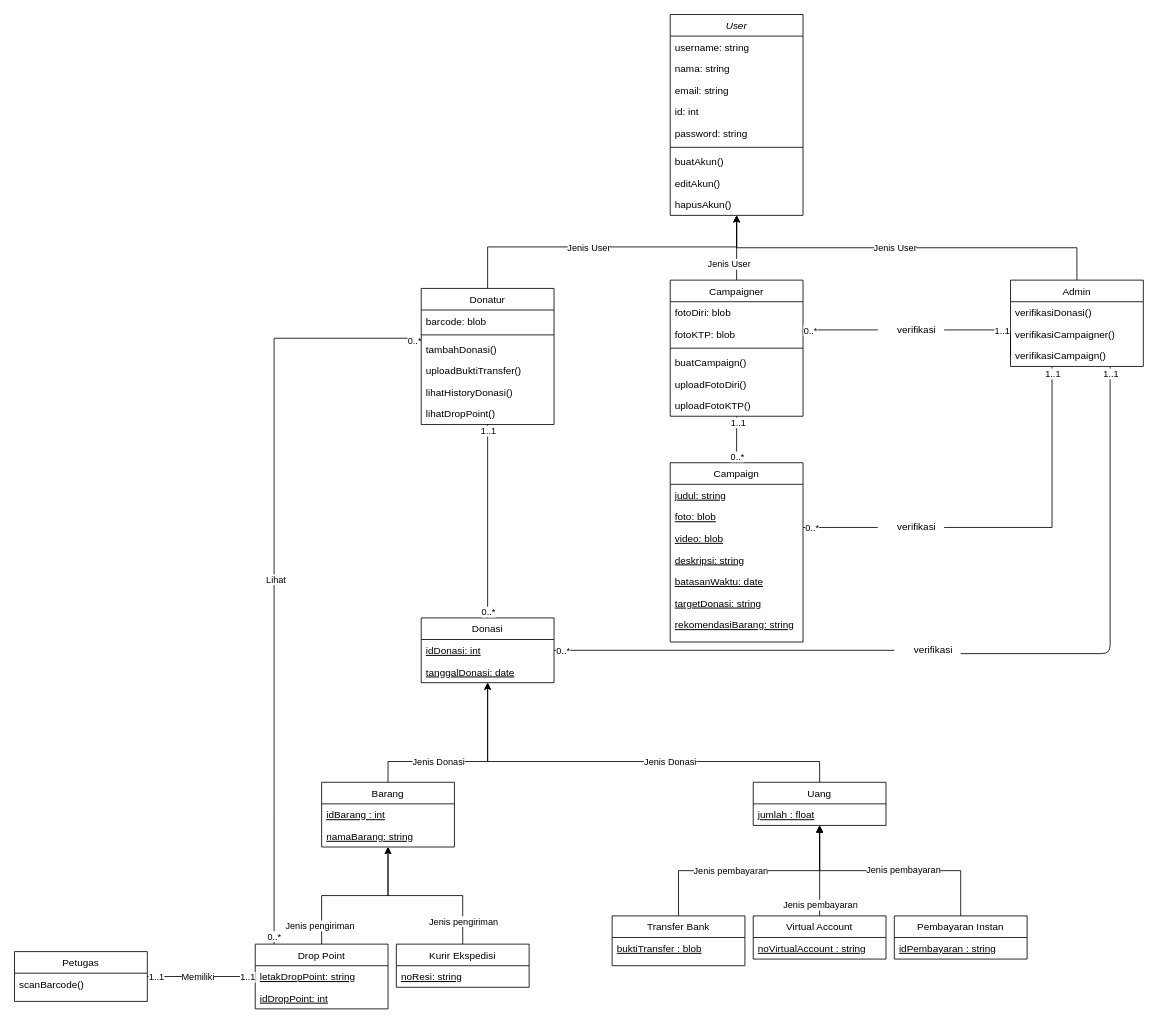
Earlier version of the draw.io diagram Untitled Diagram.drawio (andrawicaksonoipb/Basis-Data). Source tidied: cells renumbered, new cells numbered last; positions are measured from the earlier drawing's top-left corner, leaving out a move shared by most shapes. Both pictures are drawn from the tidied source at 83%, with x=0, y=0 at pixel (14, 14).
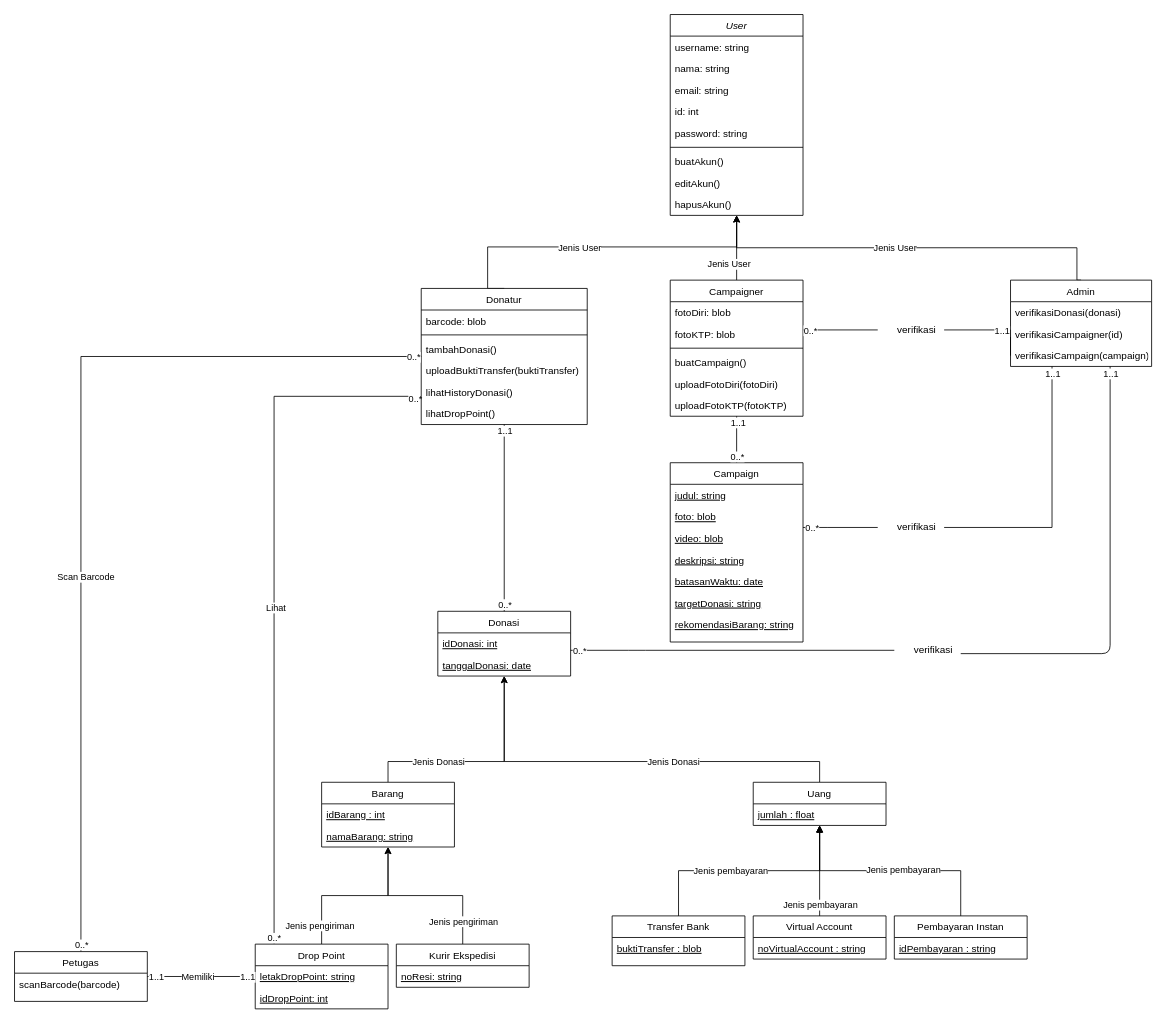
Above is the later version.

Unchanged cells that the change refers to:
```xml
<mxCell id="26" value="Campaigner" style="swimlane;fontStyle=0;align=center;verticalAlign=top;horizontal=1;startSize=26;rounded=0;shadow=0;strokeWidth=1;" parent="1" vertex="1">
  <mxGeometry x="790" y="320" width="160" height="164" as="geometry" />
</mxCell>
<mxCell id="59" value="Drop Point" style="swimlane;fontStyle=0;align=center;verticalAlign=top;horizontal=1;startSize=26;rounded=0;shadow=0;strokeWidth=1;" parent="1" vertex="1">
  <mxGeometry x="290" y="1120" width="160" height="78" as="geometry" />
</mxCell>
<mxCell id="65" value="Petugas" style="swimlane;fontStyle=0;align=center;verticalAlign=top;horizontal=1;startSize=26;rounded=0;shadow=0;strokeWidth=1;" parent="1" vertex="1">
  <mxGeometry y="1129" width="160" height="60" as="geometry" />
</mxCell>
<mxCell id="80" value="Uang" style="swimlane;fontStyle=0;align=center;verticalAlign=top;horizontal=1;startSize=26;rounded=0;shadow=0;strokeWidth=1;" parent="1" vertex="1">
  <mxGeometry x="890" y="925" width="160" height="52" as="geometry" />
</mxCell>
<mxCell id="96" value="&amp;nbsp;&amp;nbsp;&amp;nbsp; verifikasi" style="text;html=1;align=center;verticalAlign=middle;points=[];strokeColor=none;" parent="1" vertex="1">
  <mxGeometry x="1060" y="756" width="80" height="20" as="geometry" />
</mxCell>
```

Change to the diagram source:
```diff
@@
     <mxCell id="14" style="edgeStyle=orthogonalEdgeStyle;rounded=0;jettySize=auto;html=1;entryX=0.142;entryY=0;entryDx=0;entryDy=0;entryPerimeter=0;endArrow=none;endFill=0;" parent="1" edge="1" source="18" target="59">
       <mxGeometry relative="1" as="geometry">
         <Array as="points">
-          <mxPoint x="313" y="390" />
+          <mxPoint x="313" y="460" />
         </Array>
       </mxGeometry>
     </mxCell>
@@
     <mxCell id="18" value="Donatur" style="swimlane;fontStyle=0;align=center;verticalAlign=top;horizontal=1;startSize=26;rounded=0;shadow=0;strokeWidth=1;" parent="1" vertex="1">
-      <mxGeometry x="490" y="330" width="160" height="164" as="geometry" />
+      <mxGeometry x="490" y="330" width="200" height="164" as="geometry" />
     </mxCell>
     <mxCell id="19" value="barcode: blob" style="text;align=left;verticalAlign=top;spacingLeft=4;spacingRight=4;overflow=hidden;fontStyle=0;" parent="18" vertex="1">
-      <mxGeometry y="26" width="160" height="26" as="geometry" />
+      <mxGeometry y="26" width="200" height="26" as="geometry" />
     </mxCell>
     <mxCell id="20" style="line;html=1;strokeWidth=1;align=left;verticalAlign=middle;spacingTop=-1;spacingLeft=3;spacingRight=3;labelPosition=right;" parent="18" vertex="1">
-      <mxGeometry y="52" width="160" height="8" as="geometry" />
+      <mxGeometry y="52" width="200" height="8" as="geometry" />
     </mxCell>
     <mxCell id="21" value="tambahDonasi()" style="text;align=left;verticalAlign=top;spacingLeft=4;spacingRight=4;overflow=hidden;fontStyle=0;" parent="18" vertex="1">
-      <mxGeometry y="60" width="160" height="26" as="geometry" />
+      <mxGeometry y="60" width="200" height="26" as="geometry" />
     </mxCell>
-    <mxCell id="22" value="uploadBuktiTransfer()" style="text;align=left;verticalAlign=top;spacingLeft=4;spacingRight=4;overflow=hidden;fontStyle=0;" parent="18" vertex="1">
-      <mxGeometry y="86" width="160" height="26" as="geometry" />
+    <mxCell id="22" value="uploadBuktiTransfer(buktiTransfer)" style="text;align=left;verticalAlign=top;spacingLeft=4;spacingRight=4;overflow=hidden;fontStyle=0;" parent="18" vertex="1">
+      <mxGeometry y="86" width="200" height="26" as="geometry" />
     </mxCell>
     <mxCell id="23" value="lihatHistoryDonasi()" style="text;align=left;verticalAlign=top;spacingLeft=4;spacingRight=4;overflow=hidden;fontStyle=0;" parent="18" vertex="1">
-      <mxGeometry y="112" width="160" height="26" as="geometry" />
+      <mxGeometry y="112" width="200" height="26" as="geometry" />
     </mxCell>
     <mxCell id="24" value="lihatDropPoint()" style="text;align=left;verticalAlign=top;spacingLeft=4;spacingRight=4;overflow=hidden;fontStyle=0;" parent="18" vertex="1">
-      <mxGeometry y="138" width="160" height="26" as="geometry" />
+      <mxGeometry y="138" width="200" height="26" as="geometry" />
     </mxCell>
@@
-    <mxCell id="31" value="uploadFotoDiri()" style="text;align=left;verticalAlign=top;spacingLeft=4;spacingRight=4;overflow=hidden;fontStyle=0;" parent="26" vertex="1">
+    <mxCell id="31" value="uploadFotoDiri(fotoDiri)" style="text;align=left;verticalAlign=top;spacingLeft=4;spacingRight=4;overflow=hidden;fontStyle=0;" parent="26" vertex="1">
       <mxGeometry y="112" width="160" height="26" as="geometry" />
     </mxCell>
-    <mxCell id="32" value="uploadFotoKTP()" style="text;align=left;verticalAlign=top;spacingLeft=4;spacingRight=4;overflow=hidden;fontStyle=0;" parent="26" vertex="1">
+    <mxCell id="32" value="uploadFotoKTP(fotoKTP)" style="text;align=left;verticalAlign=top;spacingLeft=4;spacingRight=4;overflow=hidden;fontStyle=0;" parent="26" vertex="1">
       <mxGeometry y="138" width="160" height="26" as="geometry" />
     </mxCell>
@@
     <mxCell id="34" value="Admin" style="swimlane;fontStyle=0;align=center;verticalAlign=top;horizontal=1;startSize=26;rounded=0;shadow=0;strokeWidth=1;" parent="1" vertex="1">
-      <mxGeometry x="1200" y="320" width="160" height="104" as="geometry" />
+      <mxGeometry x="1200" y="320" width="170" height="104" as="geometry" />
     </mxCell>
-    <mxCell id="35" value="verifikasiDonasi()" style="text;align=left;verticalAlign=top;spacingLeft=4;spacingRight=4;overflow=hidden;fontStyle=0;" parent="34" vertex="1">
-      <mxGeometry y="26" width="160" height="26" as="geometry" />
+    <mxCell id="35" value="verifikasiDonasi(donasi)" style="text;align=left;verticalAlign=top;spacingLeft=4;spacingRight=4;overflow=hidden;fontStyle=0;" parent="34" vertex="1">
+      <mxGeometry y="26" width="170" height="26" as="geometry" />
     </mxCell>
-    <mxCell id="36" value="verifikasiCampaigner()" style="text;align=left;verticalAlign=top;spacingLeft=4;spacingRight=4;overflow=hidden;fontStyle=0;" parent="34" vertex="1">
-      <mxGeometry y="52" width="160" height="26" as="geometry" />
+    <mxCell id="36" value="verifikasiCampaigner(id)" style="text;align=left;verticalAlign=top;spacingLeft=4;spacingRight=4;overflow=hidden;fontStyle=0;" parent="34" vertex="1">
+      <mxGeometry y="52" width="170" height="26" as="geometry" />
     </mxCell>
-    <mxCell id="37" value="verifikasiCampaign()" style="text;align=left;verticalAlign=top;spacingLeft=4;spacingRight=4;overflow=hidden;points=[[0,0.5],[1,0.5]];portConstraint=eastwest;fontStyle=0;" parent="34" vertex="1">
-      <mxGeometry y="78" width="160" height="26" as="geometry" />
+    <mxCell id="37" value="verifikasiCampaign(campaign)" style="text;align=left;verticalAlign=top;spacingLeft=4;spacingRight=4;overflow=hidden;points=[[0,0.5],[1,0.5]];portConstraint=eastwest;fontStyle=0;" parent="34" vertex="1">
+      <mxGeometry y="78" width="170" height="26" as="geometry" />
     </mxCell>
     <mxCell id="38" value="Donasi" style="swimlane;fontStyle=0;align=center;verticalAlign=top;horizontal=1;startSize=26;rounded=0;shadow=0;strokeWidth=1;" parent="1" vertex="1">
-      <mxGeometry x="490" y="727" width="160" height="78" as="geometry" />
+      <mxGeometry x="510" y="719" width="160" height="78" as="geometry" />
     </mxCell>
@@
     <mxCell id="41" style="edgeStyle=orthogonalEdgeStyle;rounded=0;jettySize=auto;html=1;exitX=0.5;exitY=0;exitDx=0;exitDy=0;" parent="1" edge="1" source="80" target="38">
       <mxGeometry relative="1" as="geometry">
         <Array as="points">
           <mxPoint x="970" y="900" />
-          <mxPoint x="570" y="900" />
+          <mxPoint x="590" y="900" />
         </Array>
       </mxGeometry>
     </mxCell>
@@
+    <mxCell id="108" style="edgeStyle=orthogonalEdgeStyle;rounded=0;jettySize=auto;html=1;exitX=0.5;exitY=0;exitDx=0;exitDy=0;endArrow=none;endFill=0;" parent="1" edge="1" source="65" target="18">
+      <mxGeometry relative="1" as="geometry">
+        <Array as="points">
+          <mxPoint x="80" y="412" />
+        </Array>
+      </mxGeometry>
+    </mxCell>
+    <mxCell id="109" value="Scan Barcode" style="edgeLabel;html=1;align=center;verticalAlign=middle;" parent="108" vertex="1">
+      <mxGeometry x="-0.2" y="-5" relative="1" as="geometry">
+        <mxPoint y="-1" as="offset" />
+      </mxGeometry>
+    </mxCell>
@@
-    <mxCell id="66" value="scanBarcode()" style="text;align=left;verticalAlign=top;spacingLeft=4;spacingRight=4;overflow=hidden;" parent="65" vertex="1">
+    <mxCell id="66" value="scanBarcode(barcode)" style="text;align=left;verticalAlign=top;spacingLeft=4;spacingRight=4;overflow=hidden;" parent="65" vertex="1">
       <mxGeometry y="26" width="160" height="26" as="geometry" />
     </mxCell>
@@
     <mxCell id="97" style="endArrow=none;html=1;edgeStyle=orthogonalEdgeStyle;" parent="1" edge="1" source="38" target="96">
-      <mxGeometry relative="1" as="geometry" />
+      <mxGeometry relative="1" as="geometry">
+        <Array as="points">
+          <mxPoint x="750" y="766" />
+          <mxPoint x="750" y="766" />
+        </Array>
+      </mxGeometry>
     </mxCell>
@@
     <mxCell id="102" value="0..*" style="edgeLabel;html=1;align=center;verticalAlign=middle;" parent="1" vertex="1">
-      <mxGeometry x="660" y="766" as="geometry" />
+      <mxGeometry x="680" y="766" as="geometry" />
     </mxCell>
@@
     <mxCell id="107" value="0..*" style="edgeLabel;html=1;align=center;verticalAlign=middle;" parent="1" vertex="1">
-      <mxGeometry x="570" y="719" as="geometry" />
+      <mxGeometry x="590" y="710" as="geometry" />
     </mxCell>
+    <mxCell id="110" value="0..*" style="edgeLabel;html=1;align=center;verticalAlign=middle;" parent="1" vertex="1">
+      <mxGeometry x="80" y="1120" as="geometry" />
+    </mxCell>
+    <mxCell id="111" value="0..*" style="edgeLabel;html=1;align=center;verticalAlign=middle;" parent="1" vertex="1">
+      <mxGeometry x="480" y="412" as="geometry" />
+    </mxCell>
```
